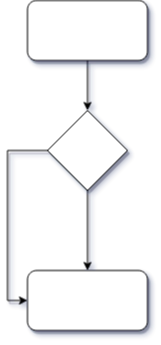
This is dd/Diagram.png from songtianlun/Drad.io.demo, a draw.io export, as it was before one commit. Source tidied: cells renumbered, new cells last; positions are measured from the earlier drawing's top-left corner, leaving out a move shared by most shapes.
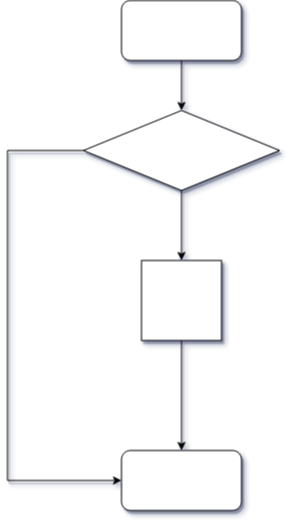
The same file after the commit.

What changed in the source:
```diff
@@ -9,21 +9,27 @@
       <mxGeometry x="20" width="120" height="60" as="geometry" />
     </mxCell>
     <mxCell id="4" style="rounded=1;whiteSpace=wrap;html=1;shadow=1;sketch=0;" parent="1" vertex="1">
-      <mxGeometry x="20" y="270" width="120" height="60" as="geometry" />
+      <mxGeometry x="20" y="450" width="120" height="60" as="geometry" />
     </mxCell>
-    <mxCell id="5" style="edgeStyle=orthogonalEdgeStyle;rounded=0;sketch=0;jettySize=auto;html=1;entryX=0.5;entryY=0;entryDx=0;entryDy=0;shadow=1;" parent="1" edge="1" source="7" target="4">
+    <mxCell id="5" style="edgeStyle=orthogonalEdgeStyle;rounded=0;sketch=0;jettySize=auto;html=1;entryX=0.5;entryY=0;entryDx=0;entryDy=0;shadow=1;" parent="1" edge="1" source="7" target="9">
       <mxGeometry relative="1" as="geometry" />
     </mxCell>
     <mxCell id="6" style="edgeStyle=orthogonalEdgeStyle;rounded=0;sketch=0;jettySize=auto;html=1;entryX=0;entryY=0.5;entryDx=0;entryDy=0;shadow=1;" parent="1" edge="1" source="7" target="4">
       <mxGeometry relative="1" as="geometry">
         <Array as="points">
-          <mxPoint y="150" />
-          <mxPoint y="300" />
+          <mxPoint x="-94" y="150" />
+          <mxPoint x="-94" y="480" />
         </Array>
       </mxGeometry>
     </mxCell>
     <mxCell id="7" style="rhombus;whiteSpace=wrap;html=1;shadow=1;" parent="1" vertex="1">
-      <mxGeometry x="40" y="110" width="80" height="80" as="geometry" />
+      <mxGeometry x="-18" y="110" width="196" height="80" as="geometry" />
     </mxCell>
+    <mxCell id="8" style="edgeStyle=orthogonalEdgeStyle;rounded=0;sketch=0;jettySize=auto;html=1;entryX=0.5;entryY=0;entryDx=0;entryDy=0;shadow=1;" parent="1" edge="1" source="9" target="4">
+      <mxGeometry relative="1" as="geometry" />
+    </mxCell>
+    <mxCell id="9" style="whiteSpace=wrap;html=1;shadow=1;glass=0;" parent="1" vertex="1">
+      <mxGeometry x="40" y="260" width="80" height="80" as="geometry" />
+    </mxCell>
   </root>
 </mxGraphModel>
```
